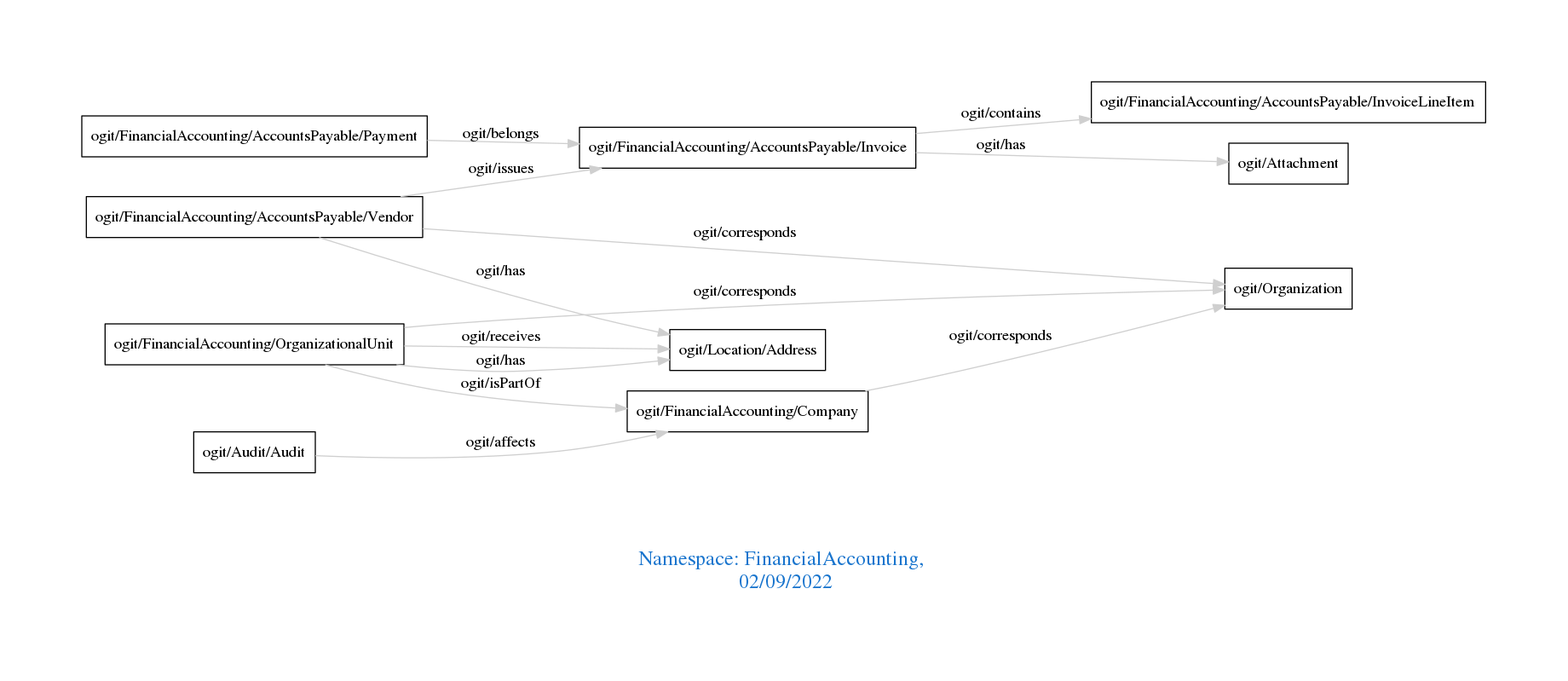
Before: downloads/FinancialAccounting.png, a diagram exported from Graphviz (arago/OGIT). Its source is kept beside it as downloads/FinancialAccounting.dot.
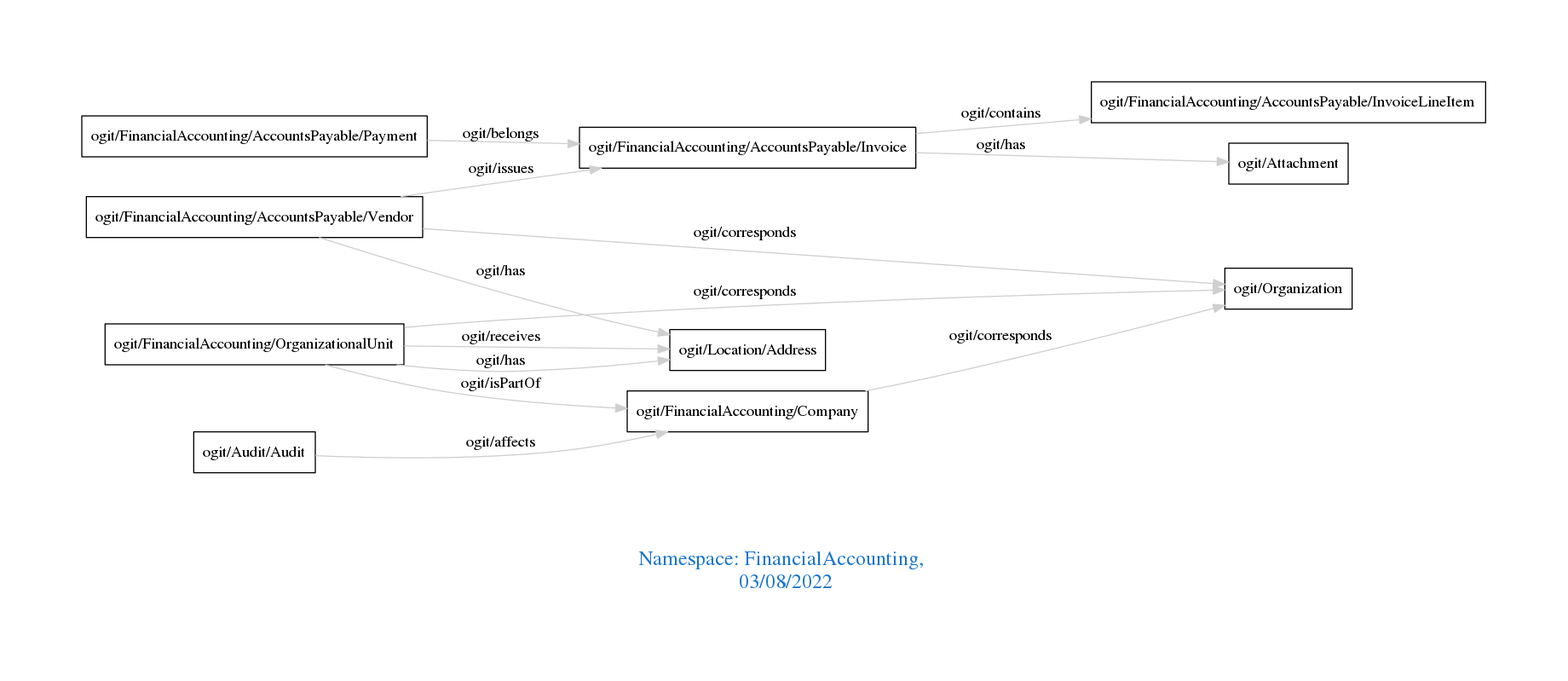
The same file after the commit.

Change to the diagram source:
```diff
@@ -1,7 +1,7 @@
 digraph OGIT_ontology {
  graph [ rankdir= LR,pad=1
 fontsize = 18,
-fontcolor= dodgerblue3,label = "\n\n\nNamespace: FinancialAccounting, \n 02/09/2022"];
+fontcolor= dodgerblue3,label = "\n\n\nNamespace: FinancialAccounting, \n 03/08/2022"];
 node[shape=polygon];
 edge [  color="gray81"];
 
```
